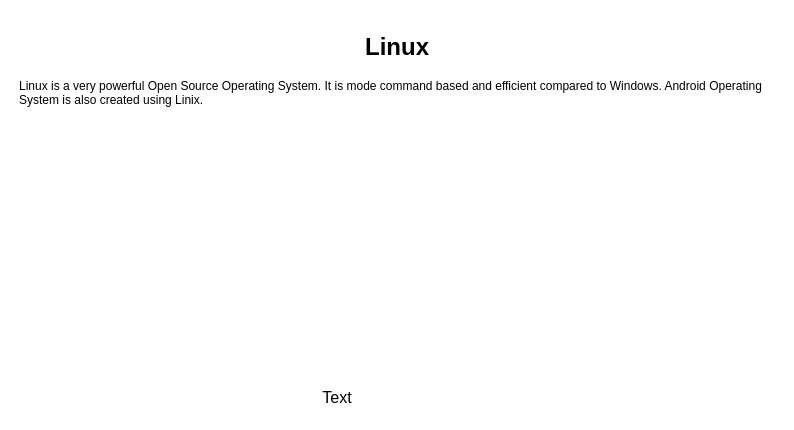
Above: Linx Basics/Linux.drawio in Subic85/AWS (draw.io), before the change. Source tidied: cells renumbered, new cells numbered last; positions are measured from the earlier drawing's top-left corner, leaving out a move shared by most shapes. Both pictures are drawn from the tidied source at 100%, with x=0, y=0 at pixel (17, 32).
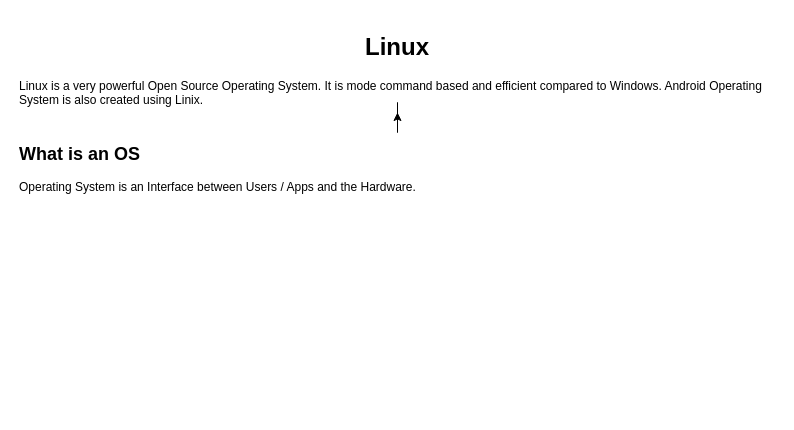
The same page after the edit.

What changed in the source:
```diff
@@
 <mxGraphModel>
   <root>
     <mxCell id="0" />
     <mxCell id="1" parent="0" />
-    <mxCell id="2" value="Text" style="text;html=1;whiteSpace=wrap;strokeColor=none;fillColor=none;align=center;verticalAlign=middle;rounded=0;fontSize=16;" parent="1" vertex="1">
-      <mxGeometry x="290" y="350" width="60" height="30" as="geometry" />
-    </mxCell>
     <mxCell id="3" value="&lt;h1&gt;Linux&lt;/h1&gt;" style="text;html=1;whiteSpace=wrap;strokeColor=none;fillColor=none;align=center;verticalAlign=middle;rounded=0;" parent="1" vertex="1">
       <mxGeometry x="350" width="60" height="30" as="geometry" />
     </mxCell>
     <mxCell id="4" value="Linux is a very powerful Open Source Operating System. It is mode command based and efficient compared to Windows. Android Operating System is also created using Linix.&lt;div&gt;&lt;br&gt;&lt;/div&gt;" style="text;html=1;whiteSpace=wrap;strokeColor=none;fillColor=none;align=left;verticalAlign=top;rounded=0;" parent="1" vertex="1">
       <mxGeometry y="40" width="760" height="40" as="geometry" />
     </mxCell>
+    <mxCell id="5" style="edgeStyle=orthogonalEdgeStyle;rounded=0;jettySize=auto;html=1;" parent="1" edge="1" source="6" target="4">
+      <mxGeometry relative="1" as="geometry" />
+    </mxCell>
+    <mxCell id="6" value="&lt;h2&gt;What is an OS&lt;/h2&gt;&lt;div&gt;Operating System is an Interface between Users / Apps and the Hardware.&lt;/div&gt;" style="text;html=1;whiteSpace=wrap;strokeColor=none;fillColor=none;align=left;verticalAlign=top;rounded=0;" parent="1" vertex="1">
+      <mxGeometry y="90" width="760" height="250" as="geometry" />
+    </mxCell>
   </root>
 </mxGraphModel>
```
